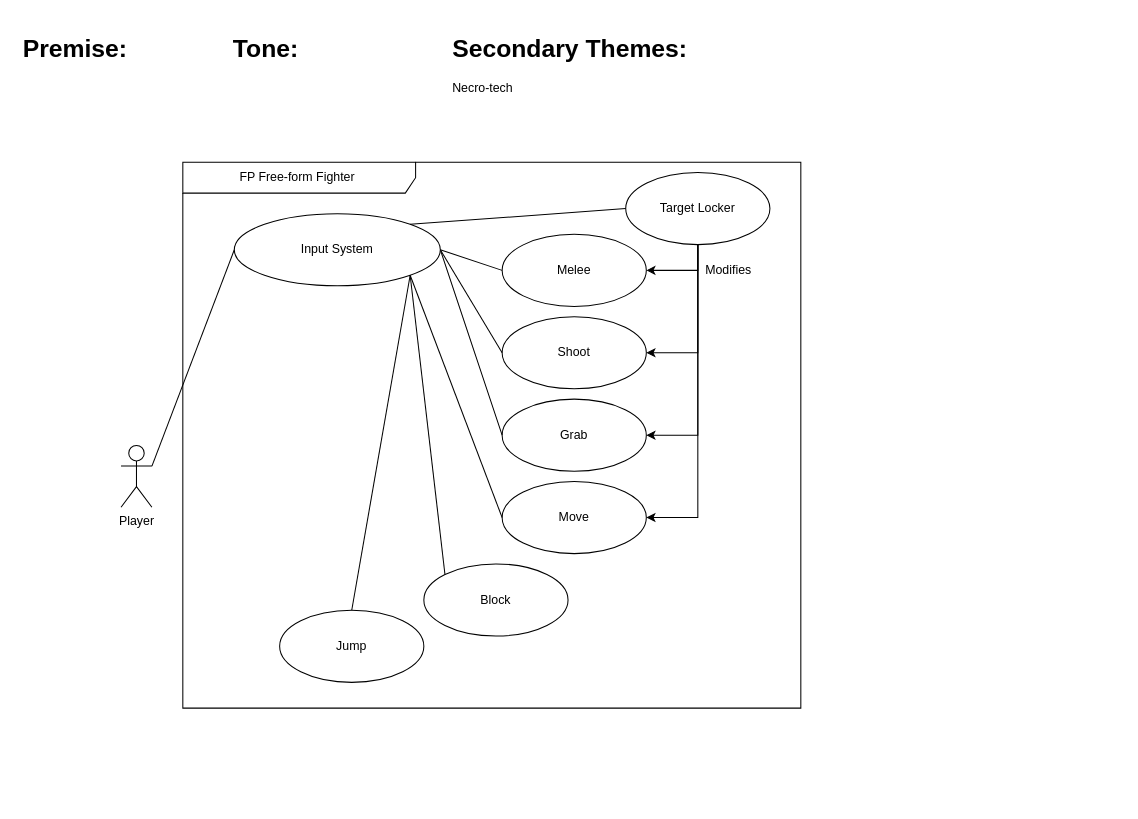
The draw.io diagram page "High-Level" (1 of 11) of Diagrams/Mechanics Overview.drawio in NotTom31/MechroKnights, before the edit. Source tidied: cells renumbered, new cells numbered last; positions are measured from the earlier drawing's top-left corner, leaving out a move shared by most shapes. Both pictures are drawn from the tidied source at 103%, with x=0, y=0 at pixel (18, 28).
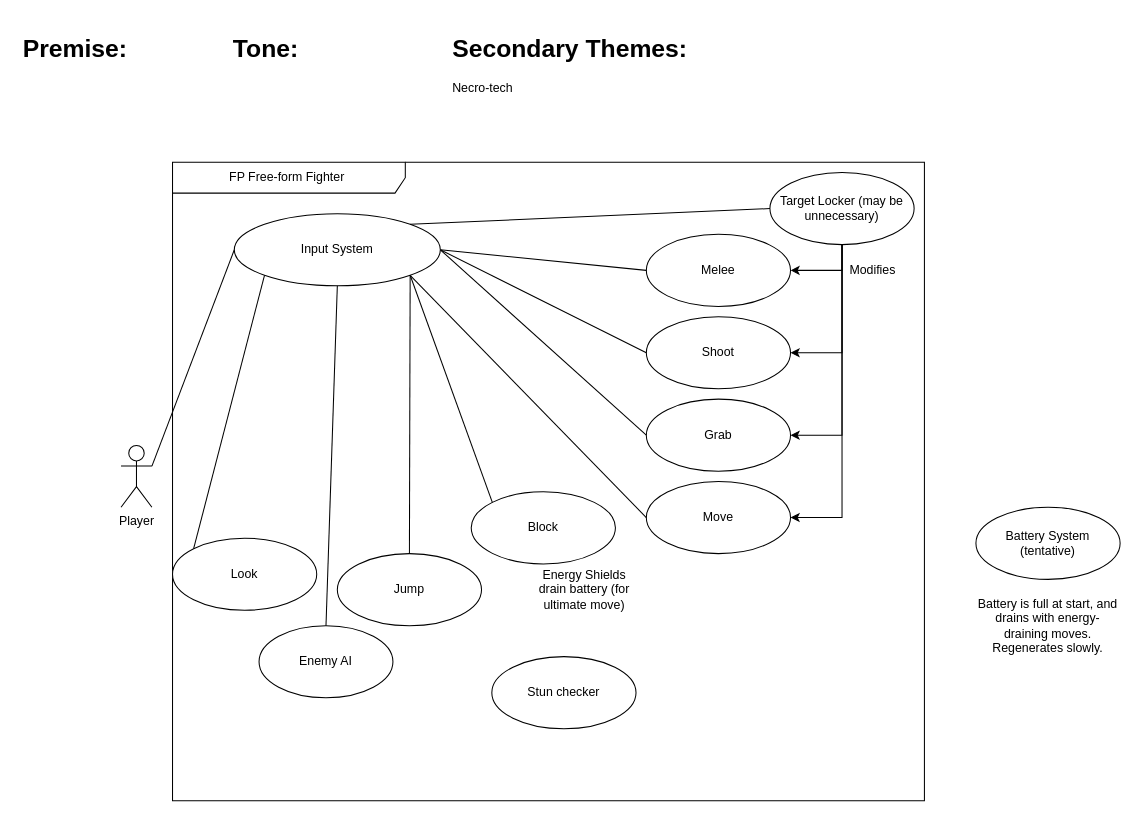
The same page after the edit.

The change refers to these unchanged cells:
```xml
<mxCell id="17" value="Input System" style="ellipse;whiteSpace=wrap;html=1;" parent="1" vertex="1">
  <mxGeometry x="210" y="180" width="200" height="70" as="geometry" />
</mxCell>
```

Change to the diagram source:
```diff
@@
     <mxCell id="4" value="Melee" style="ellipse;whiteSpace=wrap;html=1;" parent="1" vertex="1">
-      <mxGeometry x="470" y="200" width="140" height="70" as="geometry" />
+      <mxGeometry x="610" y="200" width="140" height="70" as="geometry" />
     </mxCell>
     <mxCell id="5" value="Shoot" style="ellipse;whiteSpace=wrap;html=1;" parent="1" vertex="1">
-      <mxGeometry x="470" y="280" width="140" height="70" as="geometry" />
+      <mxGeometry x="610" y="280" width="140" height="70" as="geometry" />
     </mxCell>
     <mxCell id="6" value="Grab" style="ellipse;whiteSpace=wrap;html=1;" parent="1" vertex="1">
-      <mxGeometry x="470" y="360" width="140" height="70" as="geometry" />
+      <mxGeometry x="610" y="360" width="140" height="70" as="geometry" />
     </mxCell>
     <mxCell id="7" value="Block" style="ellipse;whiteSpace=wrap;html=1;" parent="1" vertex="1">
-      <mxGeometry x="394" y="520" width="140" height="70" as="geometry" />
+      <mxGeometry x="440" y="450" width="140" height="70" as="geometry" />
     </mxCell>
     <mxCell id="8" value="Move" style="ellipse;whiteSpace=wrap;html=1;" parent="1" vertex="1">
-      <mxGeometry x="470" y="440" width="140" height="70" as="geometry" />
+      <mxGeometry x="610" y="440" width="140" height="70" as="geometry" />
     </mxCell>
     <mxCell id="9" value="FP Free-form Fighter&amp;nbsp;" style="shape=umlFrame;whiteSpace=wrap;html=1;width=226;height=30;" parent="1" vertex="1">
-      <mxGeometry x="160" y="130" width="600" height="530" as="geometry" />
+      <mxGeometry x="150" y="130" width="730" height="620" as="geometry" />
     </mxCell>
     <mxCell id="10" value="Jump" style="ellipse;whiteSpace=wrap;html=1;" parent="1" vertex="1">
-      <mxGeometry x="254" y="565" width="140" height="70" as="geometry" />
+      <mxGeometry x="310" y="510" width="140" height="70" as="geometry" />
     </mxCell>
@@
-    <mxCell id="19" value="Target Locker" style="ellipse;whiteSpace=wrap;html=1;" parent="1" vertex="1">
-      <mxGeometry x="590" y="140" width="140" height="70" as="geometry" />
+    <mxCell id="19" value="Target Locker (may be unnecessary)" style="ellipse;whiteSpace=wrap;html=1;" parent="1" vertex="1">
+      <mxGeometry x="730" y="140" width="140" height="70" as="geometry" />
     </mxCell>
@@
     <mxCell id="24" value="Modifies" style="text;html=1;strokeColor=none;fillColor=none;align=center;verticalAlign=middle;whiteSpace=wrap;rounded=0;" parent="1" vertex="1">
-      <mxGeometry x="660" y="220" width="60" height="30" as="geometry" />
+      <mxGeometry x="800" y="220" width="60" height="30" as="geometry" />
     </mxCell>
@@
+    <mxCell id="28" value="Enemy AI" style="ellipse;whiteSpace=wrap;html=1;" parent="1" vertex="1">
+      <mxGeometry x="234" y="580" width="130" height="70" as="geometry" />
+    </mxCell>
+    <mxCell id="29" style="rounded=0;jettySize=auto;html=1;exitX=0.5;exitY=0;exitDx=0;exitDy=0;entryX=0.5;entryY=1;entryDx=0;entryDy=0;endArrow=none;endFill=0;" parent="1" edge="1" source="28" target="17">
+      <mxGeometry relative="1" as="geometry" />
+    </mxCell>
+    <mxCell id="30" value="Stun checker" style="ellipse;whiteSpace=wrap;html=1;" parent="1" vertex="1">
+      <mxGeometry x="460" y="610" width="140" height="70" as="geometry" />
+    </mxCell>
+    <mxCell id="31" value="Look" style="ellipse;whiteSpace=wrap;html=1;" parent="1" vertex="1">
+      <mxGeometry x="150" y="495" width="140" height="70" as="geometry" />
+    </mxCell>
+    <mxCell id="32" style="endArrow=none;html=1;rounded=0;entryX=0;entryY=1;entryDx=0;entryDy=0;exitX=0;exitY=0;exitDx=0;exitDy=0;" parent="1" edge="1" source="31" target="17">
+      <mxGeometry relative="1" as="geometry" />
+    </mxCell>
+    <mxCell id="33" value="Battery System (tentative)" style="ellipse;whiteSpace=wrap;html=1;" parent="1" vertex="1">
+      <mxGeometry x="930" y="465" width="140" height="70" as="geometry" />
+    </mxCell>
+    <mxCell id="34" value="Energy Shields drain battery (for ultimate move)" style="text;html=1;strokeColor=none;fillColor=none;align=center;verticalAlign=middle;whiteSpace=wrap;rounded=0;" parent="1" vertex="1">
+      <mxGeometry x="500" y="520" width="100" height="50" as="geometry" />
+    </mxCell>
+    <mxCell id="35" value="Battery is full at start, and drains with energy-draining moves. Regenerates slowly." style="text;html=1;strokeColor=none;fillColor=none;align=center;verticalAlign=middle;whiteSpace=wrap;rounded=0;" parent="1" vertex="1">
+      <mxGeometry x="930" y="510" width="140" height="140" as="geometry" />
+    </mxCell>
```
